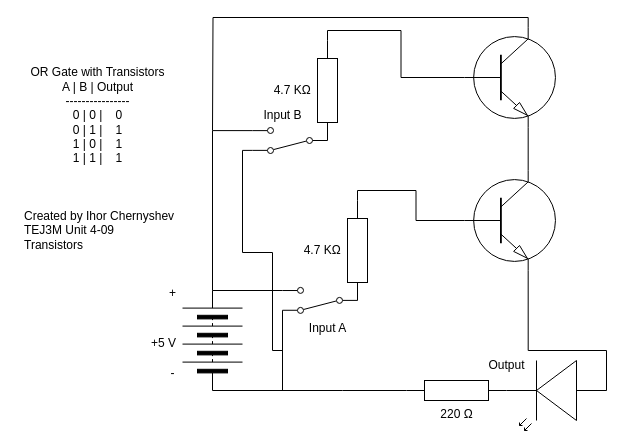
Above: 4-09/schematic_diagram.drawio in ihor-chernyshev/TEJ3M-Unit-4 (draw.io), before the change. Source tidied: cells renumbered, new cells numbered last; positions are measured from the earlier drawing's top-left corner, leaving out a move shared by most shapes. Both pictures are drawn from the tidied source at 100%, with x=0, y=0 at pixel (17, 27).
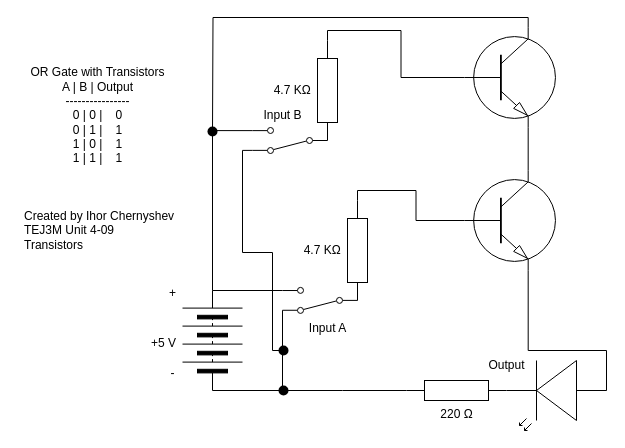
After the change.

Diff of the diagram source:
```diff
@@
+    <mxCell id="33" style="shape=ellipse;fillColor=#000000;strokeColor=none;html=1;sketch=0;" parent="1" vertex="1">
+      <mxGeometry x="190" y="99" width="10" height="10" as="geometry" />
+    </mxCell>
+    <mxCell id="34" style="shape=ellipse;fillColor=#000000;strokeColor=none;html=1;sketch=0;" parent="1" vertex="1">
+      <mxGeometry x="261" y="358" width="10" height="10" as="geometry" />
+    </mxCell>
+    <mxCell id="35" style="shape=ellipse;fillColor=#000000;strokeColor=none;html=1;sketch=0;" parent="1" vertex="1">
+      <mxGeometry x="261" y="318" width="10" height="10" as="geometry" />
+    </mxCell>
```
